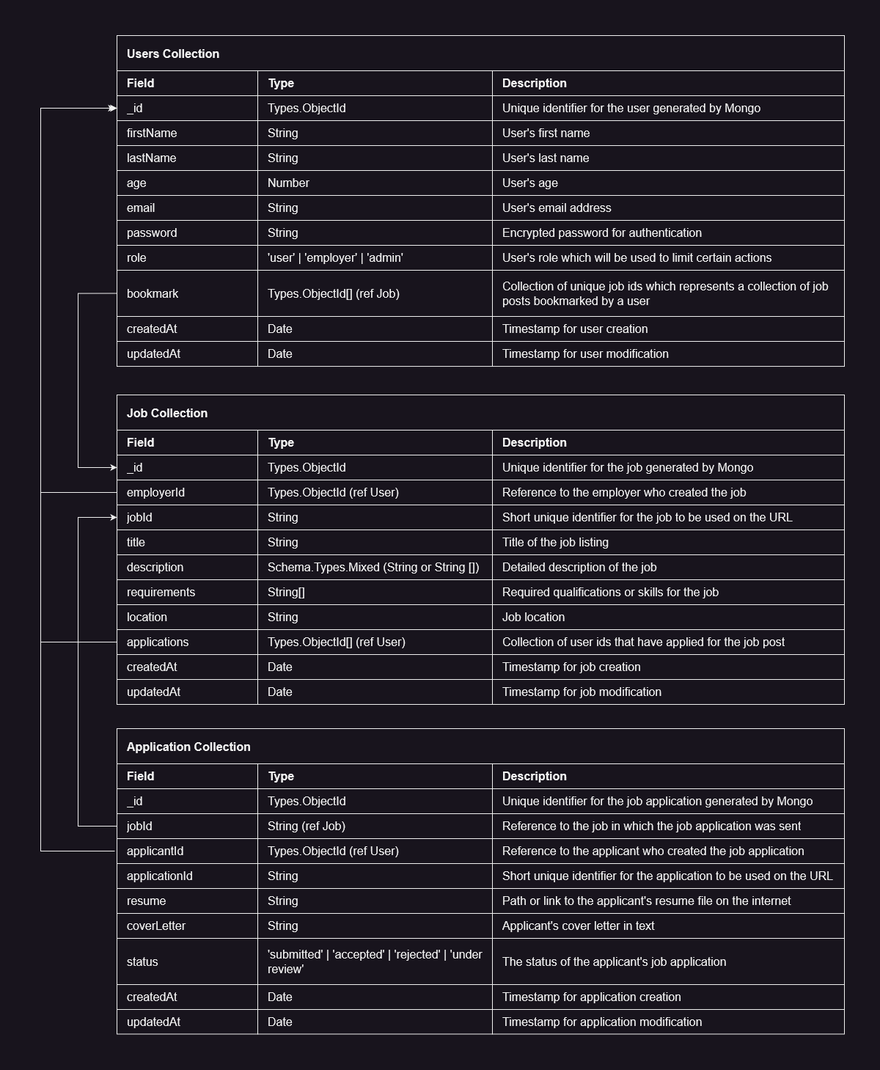
Before: jobquest-backend-architecture.png, a diagram exported from draw.io (seancaleb/jobquest-backend-api). Source tidied: cells renumbered, new cells last; positions are measured from the earlier drawing's top-left corner, leaving out a move shared by most shapes.
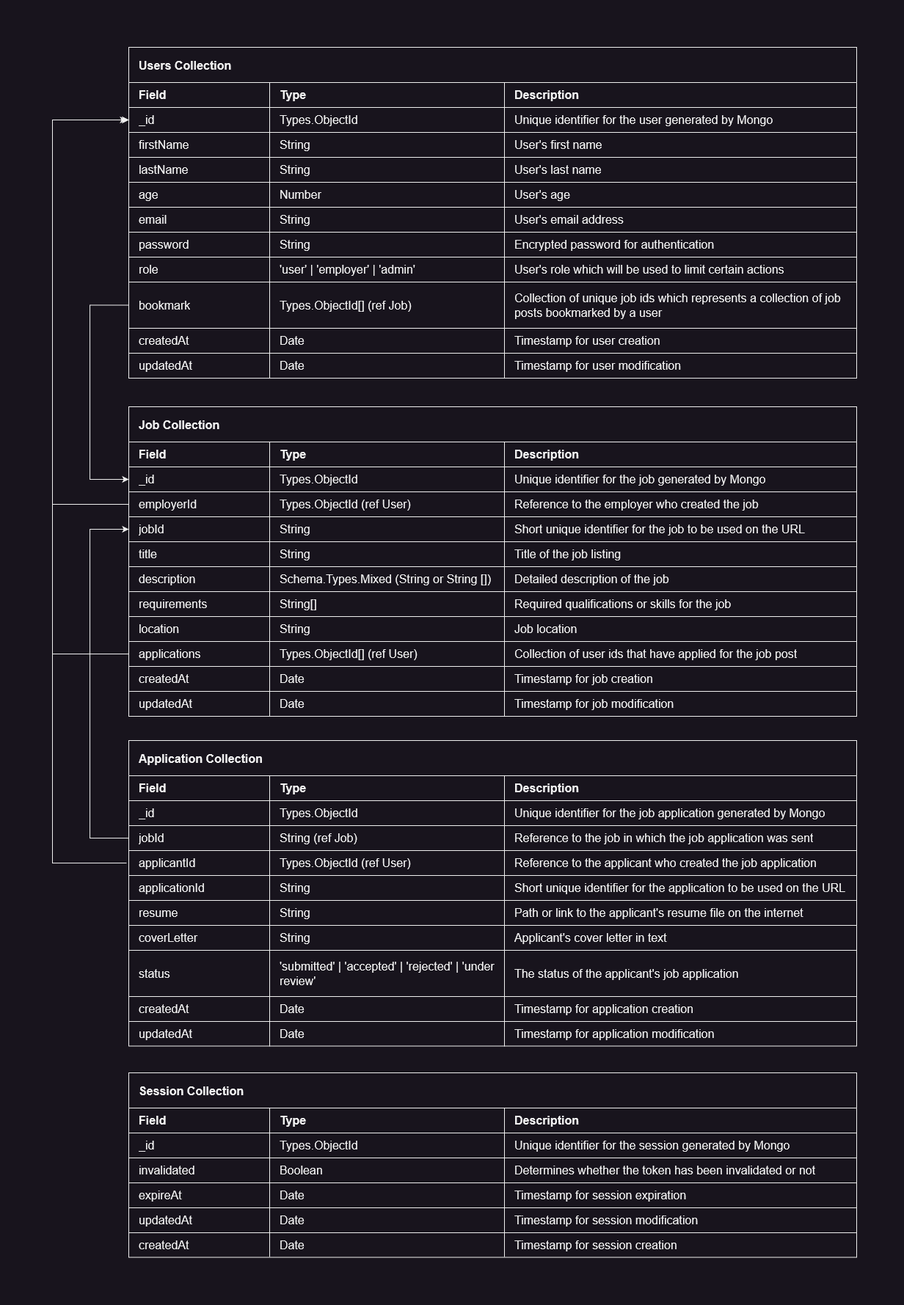
The same diagram one commit later.

Commit message:
chore: update backend architecture image

The edit, as a diff of the source:
```diff
@@ -439,5 +439,80 @@
         </Array>
       </mxGeometry>
     </mxCell>
+    <mxCell id="138" value="Session Collection" style="shape=table;startSize=48;strokeColor=default;fontSize=16;align=left;spacingLeft=12;fontStyle=1;" parent="1" vertex="1">
+      <mxGeometry x="104" y="1398" width="992" height="251.5" as="geometry" />
+    </mxCell>
+    <mxCell id="139" style="shape=tableRow;horizontal=0;startSize=0;swimlaneHead=0;swimlaneBody=0;strokeColor=inherit;top=0;left=0;bottom=0;right=0;fillColor=none;fontSize=16;align=left;spacingLeft=12;" parent="138" vertex="1">
+      <mxGeometry y="48" width="992" height="34" as="geometry" />
+    </mxCell>
+    <mxCell id="140" value="Field&lt;span style=&quot;white-space: pre;&quot;&gt;&#9;&lt;/span&gt;" style="shape=partialRectangle;html=1;whiteSpace=wrap;strokeColor=inherit;overflow=hidden;fillColor=none;top=0;left=0;bottom=0;right=0;fontSize=16;align=left;spacingLeft=12;fontStyle=1;" parent="139" vertex="1">
+      <mxGeometry width="192" height="34" as="geometry" />
+    </mxCell>
+    <mxCell id="141" value="Type" style="shape=partialRectangle;html=1;whiteSpace=wrap;strokeColor=inherit;overflow=hidden;fillColor=none;top=0;left=0;bottom=0;right=0;fontSize=16;align=left;spacingLeft=12;fontStyle=1;" parent="139" vertex="1">
+      <mxGeometry x="192" width="320" height="34" as="geometry" />
+    </mxCell>
+    <mxCell id="142" value="Description" style="shape=partialRectangle;html=1;whiteSpace=wrap;strokeColor=inherit;overflow=hidden;fillColor=none;top=0;left=0;bottom=0;right=0;fontSize=16;align=left;spacingLeft=12;fontStyle=1;" parent="139" vertex="1">
+      <mxGeometry x="512" width="480" height="34" as="geometry" />
+    </mxCell>
+    <mxCell id="143" style="shape=tableRow;horizontal=0;startSize=0;swimlaneHead=0;swimlaneBody=0;strokeColor=inherit;top=0;left=0;bottom=0;right=0;fillColor=none;fontSize=16;align=left;spacingLeft=12;" parent="138" vertex="1">
+      <mxGeometry y="82" width="992" height="34" as="geometry" />
+    </mxCell>
+    <mxCell id="144" value="_id" style="shape=partialRectangle;html=1;whiteSpace=wrap;strokeColor=inherit;overflow=hidden;fillColor=none;top=0;left=0;bottom=0;right=0;fontSize=16;align=left;spacingLeft=12;" parent="143" vertex="1">
+      <mxGeometry width="192" height="34" as="geometry" />
+    </mxCell>
+    <mxCell id="145" value="Types.ObjectId" style="shape=partialRectangle;html=1;whiteSpace=wrap;strokeColor=inherit;overflow=hidden;fillColor=none;top=0;left=0;bottom=0;right=0;fontSize=16;align=left;spacingLeft=12;" parent="143" vertex="1">
+      <mxGeometry x="192" width="320" height="34" as="geometry" />
+    </mxCell>
+    <mxCell id="146" value="Unique identifier for the session generated by Mongo" style="shape=partialRectangle;html=1;whiteSpace=wrap;strokeColor=inherit;overflow=hidden;fillColor=none;top=0;left=0;bottom=0;right=0;fontSize=16;align=left;spacingLeft=12;" parent="143" vertex="1">
+      <mxGeometry x="512" width="480" height="34" as="geometry" />
+    </mxCell>
+    <mxCell id="147" style="shape=tableRow;horizontal=0;startSize=0;swimlaneHead=0;swimlaneBody=0;strokeColor=inherit;top=0;left=0;bottom=0;right=0;fillColor=none;fontSize=16;align=left;spacingLeft=12;" parent="138" vertex="1">
+      <mxGeometry y="116" width="992" height="34" as="geometry" />
+    </mxCell>
+    <mxCell id="148" value="invalidated" style="shape=partialRectangle;html=1;whiteSpace=wrap;strokeColor=inherit;overflow=hidden;fillColor=none;top=0;left=0;bottom=0;right=0;fontSize=16;align=left;spacingLeft=12;" parent="147" vertex="1">
+      <mxGeometry width="192" height="34" as="geometry" />
+    </mxCell>
+    <mxCell id="149" value="Boolean" style="shape=partialRectangle;html=1;whiteSpace=wrap;strokeColor=inherit;overflow=hidden;fillColor=none;top=0;left=0;bottom=0;right=0;fontSize=16;align=left;spacingLeft=12;" parent="147" vertex="1">
+      <mxGeometry x="192" width="320" height="34" as="geometry" />
+    </mxCell>
+    <mxCell id="150" value="Determines whether the token has been invalidated or not" style="shape=partialRectangle;html=1;whiteSpace=wrap;strokeColor=inherit;overflow=hidden;fillColor=none;top=0;left=0;bottom=0;right=0;fontSize=16;align=left;spacingLeft=12;" parent="147" vertex="1">
+      <mxGeometry x="512" width="480" height="34" as="geometry" />
+    </mxCell>
+    <mxCell id="151" style="shape=tableRow;horizontal=0;startSize=0;swimlaneHead=0;swimlaneBody=0;strokeColor=inherit;top=0;left=0;bottom=0;right=0;fillColor=none;fontSize=16;align=left;spacingLeft=12;" parent="138" vertex="1">
+      <mxGeometry y="150" width="992" height="34" as="geometry" />
+    </mxCell>
+    <mxCell id="152" value="expireAt" style="shape=partialRectangle;html=1;whiteSpace=wrap;strokeColor=inherit;overflow=hidden;fillColor=none;top=0;left=0;bottom=0;right=0;fontSize=16;align=left;spacingLeft=12;" parent="151" vertex="1">
+      <mxGeometry width="192" height="34" as="geometry" />
+    </mxCell>
+    <mxCell id="153" value="Date" style="shape=partialRectangle;html=1;whiteSpace=wrap;strokeColor=inherit;overflow=hidden;fillColor=none;top=0;left=0;bottom=0;right=0;fontSize=16;align=left;spacingLeft=12;" parent="151" vertex="1">
+      <mxGeometry x="192" width="320" height="34" as="geometry" />
+    </mxCell>
+    <mxCell id="154" value="Timestamp for session expiration" style="shape=partialRectangle;html=1;whiteSpace=wrap;strokeColor=inherit;overflow=hidden;fillColor=none;top=0;left=0;bottom=0;right=0;fontSize=16;align=left;spacingLeft=12;" parent="151" vertex="1">
+      <mxGeometry x="512" width="480" height="34" as="geometry" />
+    </mxCell>
+    <mxCell id="155" style="shape=tableRow;horizontal=0;startSize=0;swimlaneHead=0;swimlaneBody=0;strokeColor=inherit;top=0;left=0;bottom=0;right=0;fillColor=none;fontSize=16;align=left;spacingLeft=12;" parent="138" vertex="1">
+      <mxGeometry y="184" width="992" height="34" as="geometry" />
+    </mxCell>
+    <mxCell id="156" value="updatedAt" style="shape=partialRectangle;html=1;whiteSpace=wrap;strokeColor=inherit;overflow=hidden;fillColor=none;top=0;left=0;bottom=0;right=0;fontSize=16;align=left;spacingLeft=12;" parent="155" vertex="1">
+      <mxGeometry width="192" height="34" as="geometry" />
+    </mxCell>
+    <mxCell id="157" value="Date" style="shape=partialRectangle;html=1;whiteSpace=wrap;strokeColor=inherit;overflow=hidden;fillColor=none;top=0;left=0;bottom=0;right=0;fontSize=16;align=left;spacingLeft=12;" parent="155" vertex="1">
+      <mxGeometry x="192" width="320" height="34" as="geometry" />
+    </mxCell>
+    <mxCell id="158" value="Timestamp for session modification" style="shape=partialRectangle;html=1;whiteSpace=wrap;strokeColor=inherit;overflow=hidden;fillColor=none;top=0;left=0;bottom=0;right=0;fontSize=16;align=left;spacingLeft=12;" parent="155" vertex="1">
+      <mxGeometry x="512" width="480" height="34" as="geometry" />
+    </mxCell>
+    <mxCell id="159" style="shape=tableRow;horizontal=0;startSize=0;swimlaneHead=0;swimlaneBody=0;strokeColor=inherit;top=0;left=0;bottom=0;right=0;fillColor=none;fontSize=16;align=left;spacingLeft=12;" parent="138" vertex="1">
+      <mxGeometry y="218" width="992" height="33" as="geometry" />
+    </mxCell>
+    <mxCell id="160" value="createdAt" style="shape=partialRectangle;html=1;whiteSpace=wrap;strokeColor=inherit;overflow=hidden;fillColor=none;top=0;left=0;bottom=0;right=0;fontSize=16;align=left;spacingLeft=12;" parent="159" vertex="1">
+      <mxGeometry width="192" height="33" as="geometry" />
+    </mxCell>
+    <mxCell id="161" value="Date" style="shape=partialRectangle;html=1;whiteSpace=wrap;strokeColor=inherit;overflow=hidden;fillColor=none;top=0;left=0;bottom=0;right=0;fontSize=16;align=left;spacingLeft=12;" parent="159" vertex="1">
+      <mxGeometry x="192" width="320" height="33" as="geometry" />
+    </mxCell>
+    <mxCell id="162" value="Timestamp for session creation" style="shape=partialRectangle;html=1;whiteSpace=wrap;strokeColor=inherit;overflow=hidden;fillColor=none;top=0;left=0;bottom=0;right=0;fontSize=16;align=left;spacingLeft=12;" parent="159" vertex="1">
+      <mxGeometry x="512" width="480" height="33" as="geometry" />
+    </mxCell>
   </root>
 </mxGraphModel>
```
